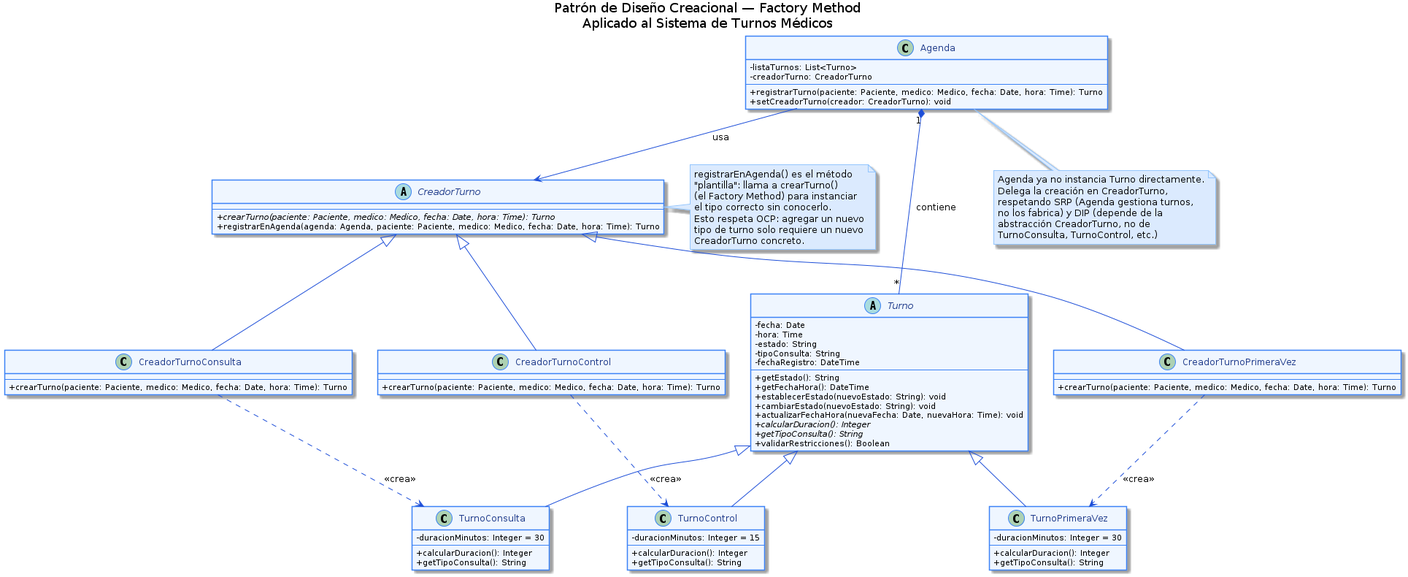
Earlier version of the PlantUML export diagramas/01-diagrama-clases/01-patron-creacional-factory-method.png (angelgc9107-lgtm/SistemaTurnosMedicos_GP6). Its source is kept beside it as diagramas/01-diagrama-clases/01-patron-creacional-factory-method.puml.
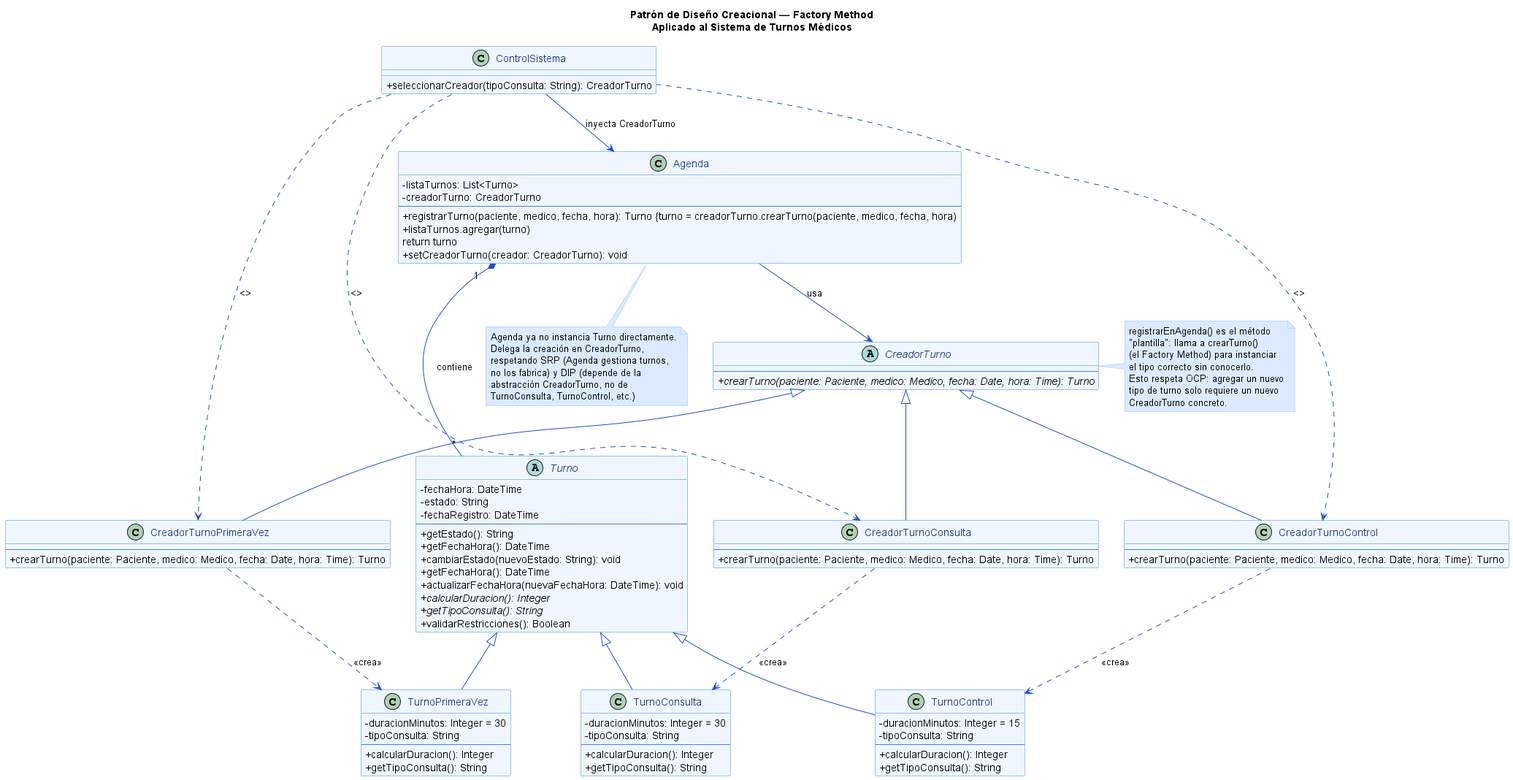
Later version of the same file.

What changed in the source:
```diff
@@ -16,17 +16,15 @@
 title Patrón de Diseño Creacional — Factory Method\nAplicado al Sistema de Turnos Médicos
 
 abstract class Turno {
-    - fecha: Date
-    - hora: Time
+    - fechaHora: DateTime
     - estado: String
-    - tipoConsulta: String
     - fechaRegistro: DateTime
     --
     + getEstado(): String
     + getFechaHora(): DateTime
-    + establecerEstado(nuevoEstado: String): void
     + cambiarEstado(nuevoEstado: String): void
-    + actualizarFechaHora(nuevaFecha: Date, nuevaHora: Time): void
+    + getFechaHora(): DateTime
+    + actualizarFechaHora(nuevaFechaHora: DateTime): void
     + {abstract} calcularDuracion(): Integer
     + {abstract} getTipoConsulta(): String
     + validarRestricciones(): Boolean
@@ -34,6 +32,7 @@
 
 class TurnoConsulta {
     - duracionMinutos: Integer = 30
+    - tipoConsulta: String
     --
     + calcularDuracion(): Integer
     + getTipoConsulta(): String
@@ -41,6 +40,7 @@
 
 class TurnoPrimeraVez {
     - duracionMinutos: Integer = 30
+    - tipoConsulta: String
     --
     + calcularDuracion(): Integer
     + getTipoConsulta(): String
@@ -48,6 +48,7 @@
 
 class TurnoControl {
     - duracionMinutos: Integer = 15
+    - tipoConsulta: String
     --
     + calcularDuracion(): Integer
     + getTipoConsulta(): String
@@ -56,7 +57,10 @@
 abstract class CreadorTurno {
     --
     + {abstract} crearTurno(paciente: Paciente, medico: Medico, fecha: Date, hora: Time): Turno
-    + registrarEnAgenda(agenda: Agenda, paciente: Paciente, medico: Medico, fecha: Date, hora: Time): Turno
+}
+
+class ControlSistema {
++ seleccionarCreador(tipoConsulta: String): CreadorTurno
 }
 
 note right of CreadorTurno
@@ -88,7 +92,9 @@
     - listaTurnos: List<Turno>
     - creadorTurno: CreadorTurno
     --
-    + registrarTurno(paciente: Paciente, medico: Medico, fecha: Date, hora: Time): Turno
+    + registrarTurno(paciente, medico, fecha, hora): Turno {turno = creadorTurno.crearTurno(paciente, medico, fecha, hora)
+    + listaTurnos.agregar(turno)
+    return turno
     + setCreadorTurno(creador: CreadorTurno): void
 }
 
@@ -116,4 +122,9 @@
 Agenda --> CreadorTurno : usa
 Agenda "1" *-- "*" Turno : contiene
 
+ControlSistema --> Agenda : inyecta CreadorTurno
+ControlSistema ..> CreadorTurnoConsulta : <>
+ControlSistema ..> CreadorTurnoPrimeraVez : <>
+ControlSistema ..> CreadorTurnoControl : <>
+
 @enduml
```
